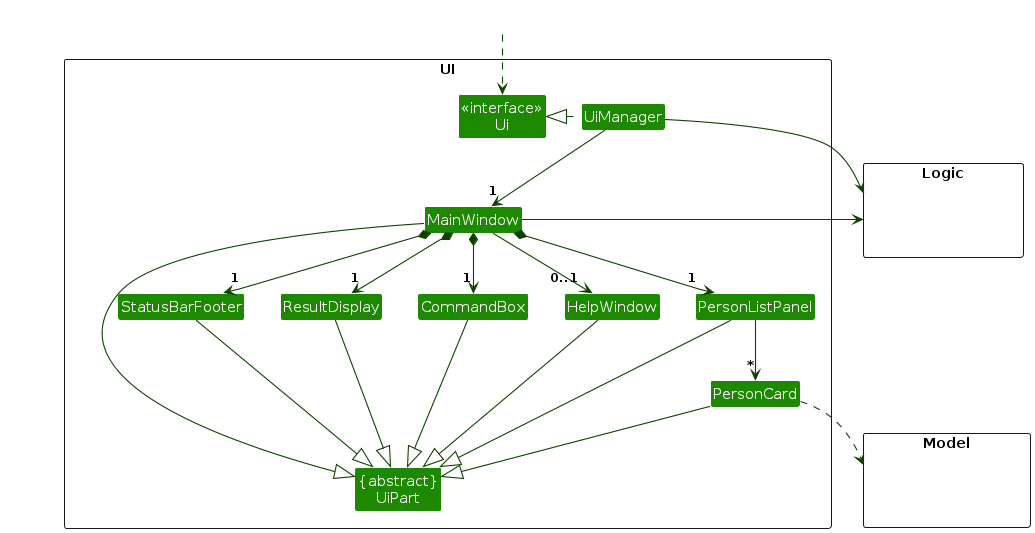
Earlier version of the PlantUML export diagrams/UiClassDiagram.png (AY2627S1-CS2103T-F13-2/tp). Its source is kept beside it as diagrams/UiClassDiagram.puml. Source of this version:
```plantuml
@startuml
!include style.puml
skinparam arrowThickness 1.1
skinparam arrowColor UI_COLOR_T4
skinparam classBackgroundColor UI_COLOR

package UI <<Rectangle>>{
Class "<<interface>>\nUi" as Ui
Class "{abstract}\nUiPart" as UiPart
Class UiManager
Class MainWindow
Class HelpWindow
Class ResultDisplay
Class PersonListPanel
Class PersonCard
Class StatusBarFooter
Class CommandBox
}

package Model <<Rectangle>> {
Class HiddenModel #FFFFFF
}

package Logic <<Rectangle>> {
Class HiddenLogic #FFFFFF
}

Class HiddenOutside #FFFFFF
HiddenOutside ..> Ui

UiManager .left.|> Ui
UiManager -down-> "1" MainWindow
MainWindow *-down->  "1" CommandBox
MainWindow *-down-> "1" ResultDisplay
MainWindow *-down-> "1" PersonListPanel
MainWindow *-down-> "1" StatusBarFooter
MainWindow --> "0..1" HelpWindow

PersonListPanel -down-> "*" PersonCard

MainWindow -left-|> UiPart

ResultDisplay --|> UiPart
CommandBox --|> UiPart
PersonListPanel --|> UiPart
PersonCard --|> UiPart
StatusBarFooter --|> UiPart
HelpWindow --|> UiPart

PersonCard ..> Model
UiManager -right-> Logic
MainWindow -left-> Logic

PersonListPanel -[hidden]left- HelpWindow
HelpWindow -[hidden]left- CommandBox
CommandBox -[hidden]left- ResultDisplay
ResultDisplay -[hidden]left- StatusBarFooter

MainWindow -[hidden]-|> UiPart
@enduml
```
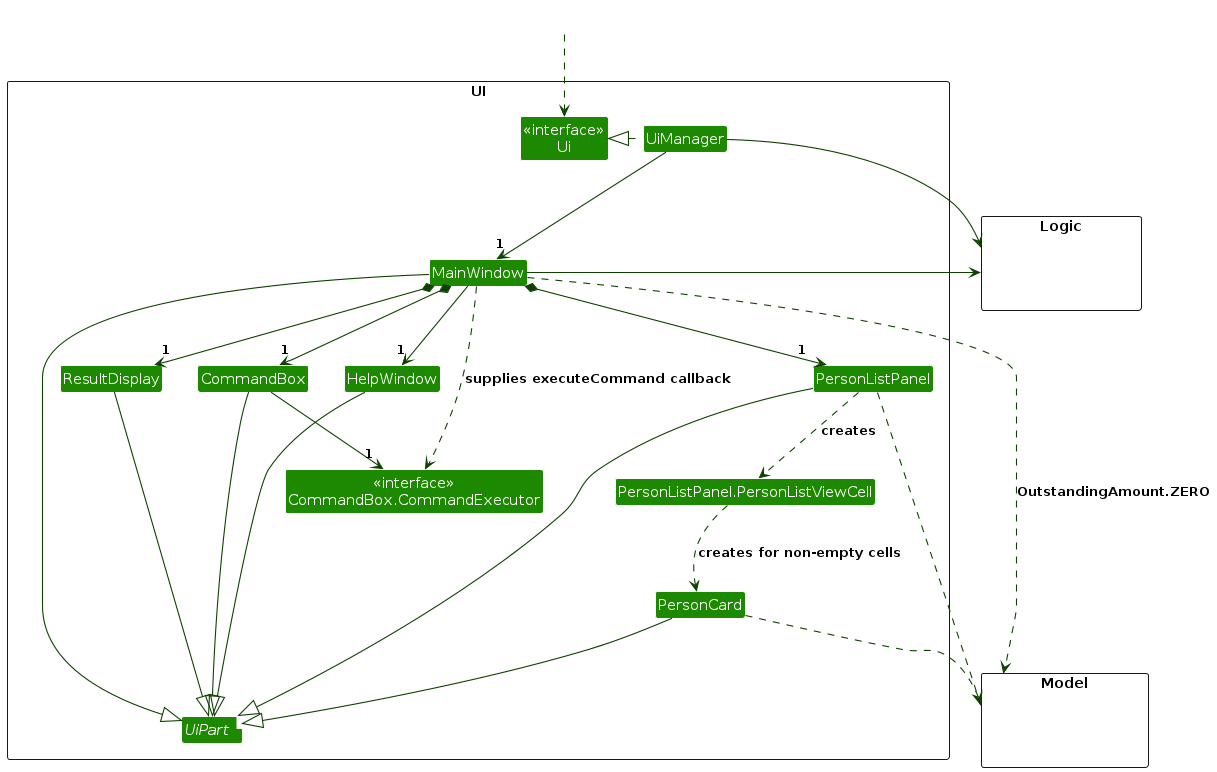
After the commit.

Change to the diagram source:
```diff
@@ -6,15 +6,16 @@
 
 package UI <<Rectangle>>{
 Class "<<interface>>\nUi" as Ui
-Class "{abstract}\nUiPart" as UiPart
+abstract class "UiPart<T>" as UiPart
 Class UiManager
 Class MainWindow
 Class HelpWindow
 Class ResultDisplay
 Class PersonListPanel
 Class PersonCard
-Class StatusBarFooter
 Class CommandBox
+Class "<<interface>>\nCommandBox.CommandExecutor" as CommandExecutor
+Class "PersonListPanel.PersonListViewCell" as PersonListViewCell
 }
 
 package Model <<Rectangle>> {
@@ -33,10 +34,12 @@
 MainWindow *-down->  "1" CommandBox
 MainWindow *-down-> "1" ResultDisplay
 MainWindow *-down-> "1" PersonListPanel
-MainWindow *-down-> "1" StatusBarFooter
-MainWindow --> "0..1" HelpWindow
+MainWindow --> "1" HelpWindow
+MainWindow ..> CommandExecutor : supplies executeCommand callback
+CommandBox --> "1" CommandExecutor
 
-PersonListPanel -down-> "*" PersonCard
+PersonListPanel ..> PersonListViewCell : creates
+PersonListViewCell ..> PersonCard : creates for non-empty cells
 
 MainWindow -left-|> UiPart
 
@@ -44,17 +47,17 @@
 CommandBox --|> UiPart
 PersonListPanel --|> UiPart
 PersonCard --|> UiPart
-StatusBarFooter --|> UiPart
 HelpWindow --|> UiPart
 
 PersonCard ..> Model
+PersonListPanel ..> Model
+MainWindow ..> Model : OutstandingAmount.ZERO
 UiManager -right-> Logic
 MainWindow -left-> Logic
 
 PersonListPanel -[hidden]left- HelpWindow
 HelpWindow -[hidden]left- CommandBox
 CommandBox -[hidden]left- ResultDisplay
-ResultDisplay -[hidden]left- StatusBarFooter
 
 MainWindow -[hidden]-|> UiPart
 @enduml
```
